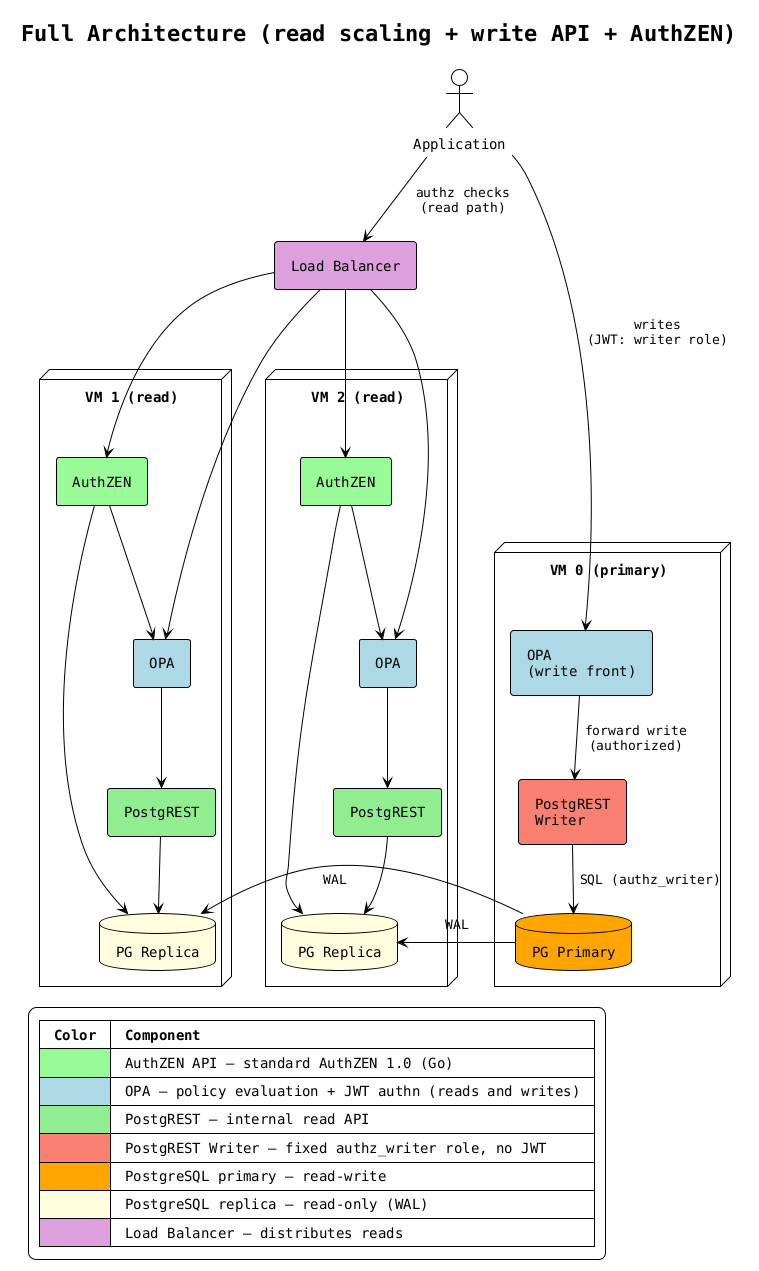
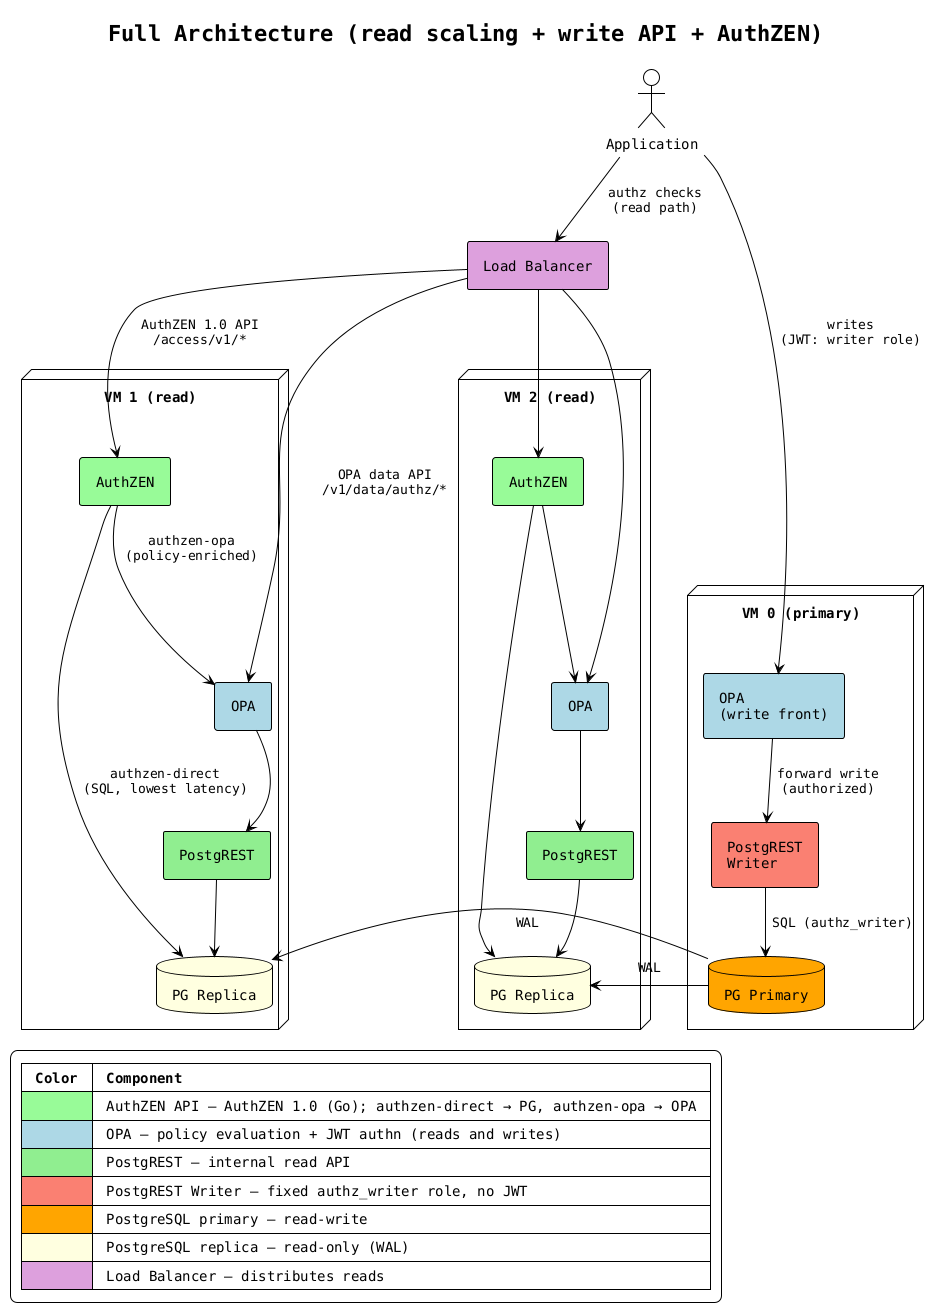
@startuml architecture-full

!theme plain
skinparam backgroundColor white
skinparam componentStyle rectangle
skinparam defaultFontName monospaced
skinparam nodesep 50
skinparam ranksep 40
skinparam padding 6

title Full Architecture (read scaling + write API + AuthZEN)

actor "Application" as app

component "Load Balancer" as lb #Plum

node "VM 1 (read)" as vm1 {
    component "OPA" as opa_a #LightBlue
    component "AuthZEN" as az_a #PaleGreen
    component "PostgREST" as pgrst_a #LightGreen
    database "PG Replica" as pgr_a #LightYellow
}

node "VM 2 (read)" as vm2 {
    component "OPA" as opa_b #LightBlue
    component "AuthZEN" as az_b #PaleGreen
    component "PostgREST" as pgrst_b #LightGreen
    database "PG Replica" as pgr_b #LightYellow
}

node "VM 0 (primary)" as vm0 {
    component "OPA\n(write front)" as opa_w #LightBlue
    component "PostgREST\nWriter" as pgrst_w #Salmon
    database "PG Primary" as pgp #Orange
}

' Read path
app -down-> lb : "authz checks\n(read path)"
- lb -down-> opa_a
+ lb -down-> opa_a : "OPA data API\n/v1/data/authz/*"
lb -down-> opa_b
- lb -down-> az_a
+ lb -down-> az_a : "AuthZEN 1.0 API\n/access/v1/*"
lb -down-> az_b
opa_a -down-> pgrst_a
opa_b -down-> pgrst_b
- az_a -down-> opa_a
- az_a -down-> pgr_a
+ az_a -down-> opa_a : "authzen-opa\n(policy-enriched)"
+ az_a -down-> pgr_a : "authzen-direct\n(SQL, lowest latency)"
az_b -down-> opa_b
az_b -down-> pgr_b
pgrst_a -down-> pgr_a
pgrst_b -down-> pgr_b

' Write path — OPA fronts the writer (verifies JWT + writer role, forwards)
app -down-> opa_w : "writes\n(JWT: writer role)"
opa_w -down-> pgrst_w : "forward write\n(authorized)"
pgrst_w -down-> pgp : "SQL (authz_writer)"

' Replication
pgp -right-> pgr_a : "  WAL  "
pgp -right-> pgr_b : "  WAL  "

legend bottom left
  |= Color |= Component |
-   | <#PaleGreen> | AuthZEN API — standard AuthZEN 1.0 (Go) |
+   | <#PaleGreen> | AuthZEN API — AuthZEN 1.0 (Go); authzen-direct → PG, authzen-opa → OPA |
  | <#LightBlue> | OPA — policy evaluation + JWT authn (reads and writes) |
  | <#LightGreen> | PostgREST — internal read API |
  | <#Salmon> | PostgREST Writer — fixed authz_writer role, no JWT |
  | <#Orange> | PostgreSQL primary — read-write |
  | <#LightYellow> | PostgreSQL replica — read-only (WAL) |
  | <#Plum> | Load Balancer — distributes reads |
end legend

@enduml
